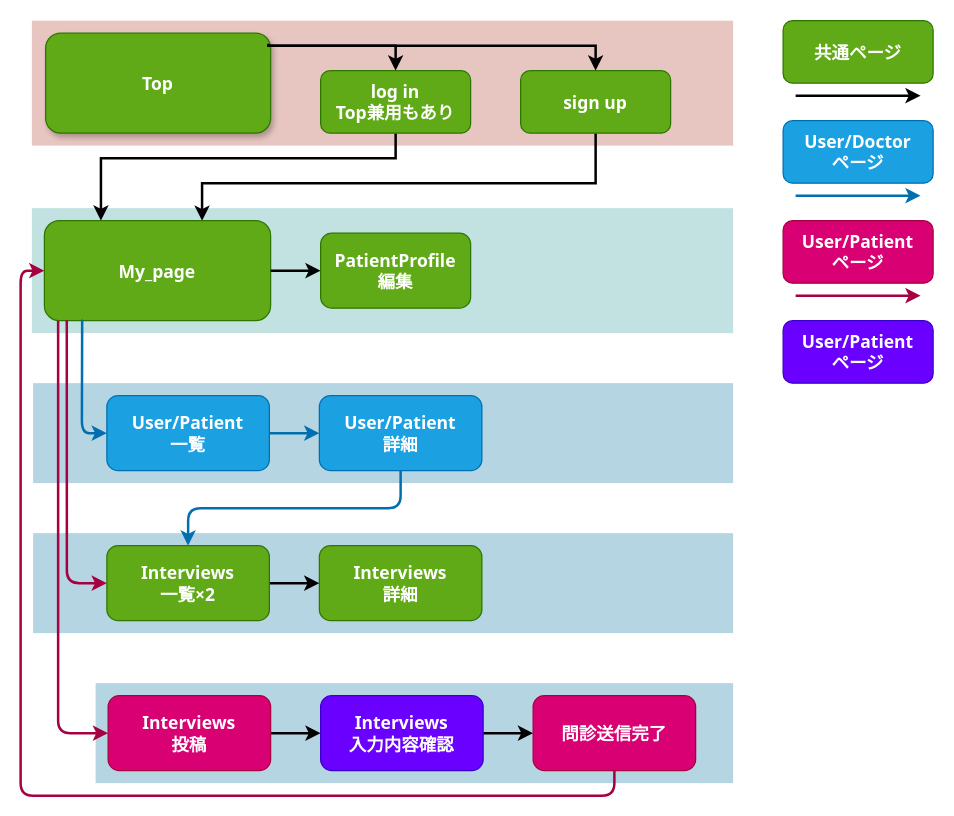
Before: README参考資料/サイトマップ.drawio in wakametarou/COVID-MGR, a draw.io diagram. Source tidied: cells renumbered, new cells numbered last; positions are measured from the earlier drawing's top-left corner, leaving out a move shared by most shapes. Both pictures are drawn from the tidied source at 125%, with x=0, y=0 at pixel (20, 20).
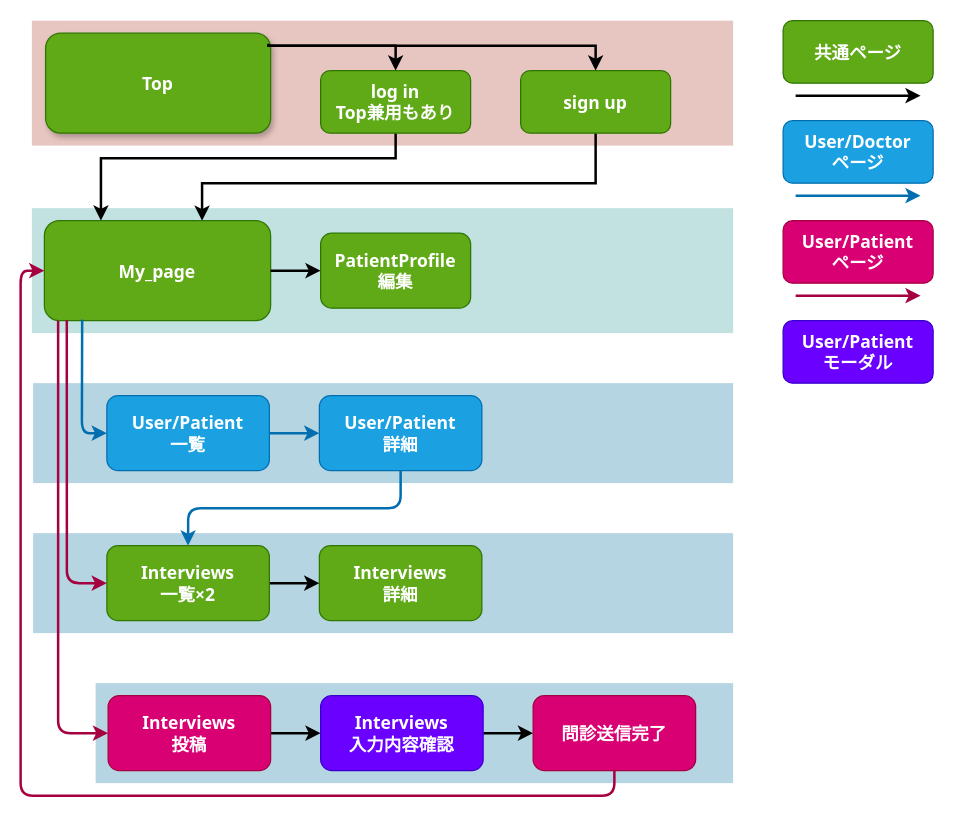
The same diagram, later.

Commit message (it also covers changes not shown here):
readme参考画像テンプ #102

The edit, as a diff of the source:
```diff
@@
-    <mxCell id="39" value="User/Patient&#10;ページ" style="rounded=1;fillColor=#6a00ff;strokeColor=#3700CC;fontColor=#ffffff;fontStyle=1;fontFamily=Tahoma;fontSize=14;" parent="1" vertex="1">
+    <mxCell id="39" value="User/Patient&#10;モーダル" style="rounded=1;fillColor=#6a00ff;strokeColor=#3700CC;fontColor=#ffffff;fontStyle=1;fontFamily=Tahoma;fontSize=14;" parent="1" vertex="1">
       <mxGeometry x="610" y="240" width="120" height="50" as="geometry" />
     </mxCell>
```
